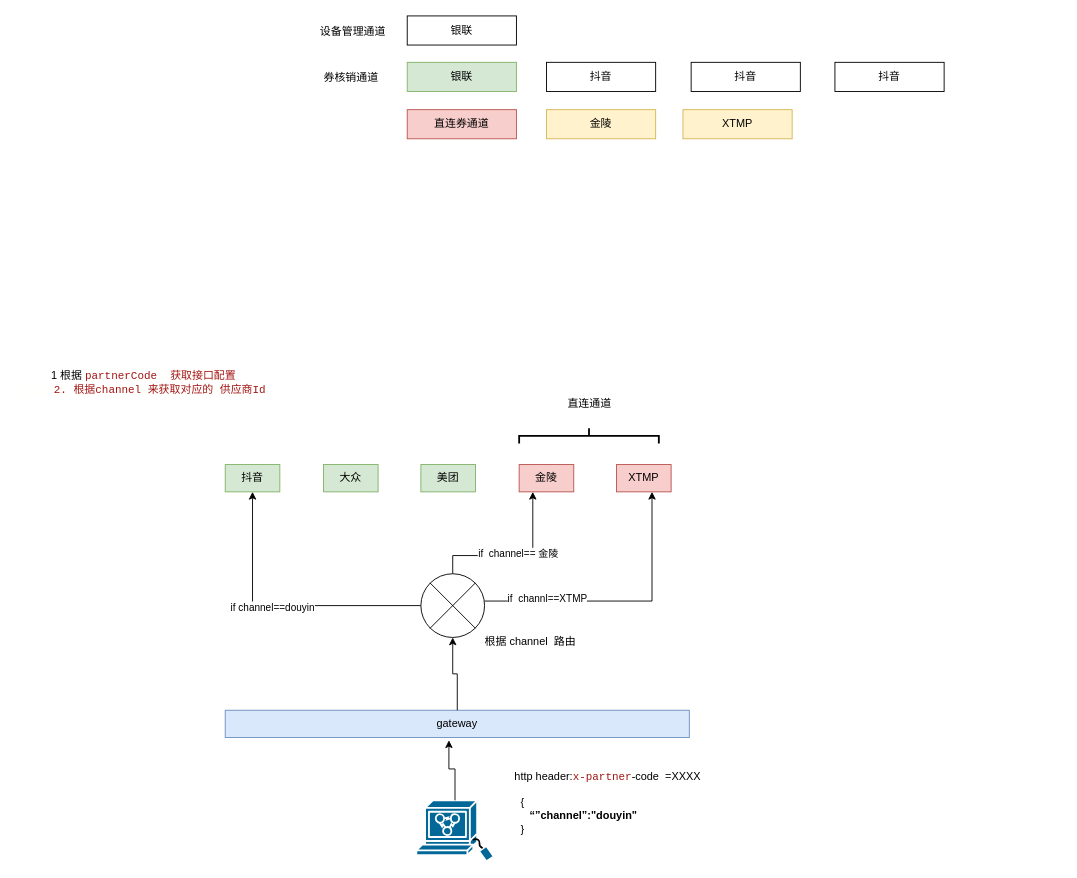
Above: 未命名绘图.drawio in devfox88/draw-house (draw.io), before the change. Source tidied: cells renumbered, new cells numbered last; positions are measured from the earlier drawing's top-left corner, leaving out a move shared by most shapes. Both pictures are drawn from the tidied source at 91%, with x=0, y=0 at pixel (15, 15).
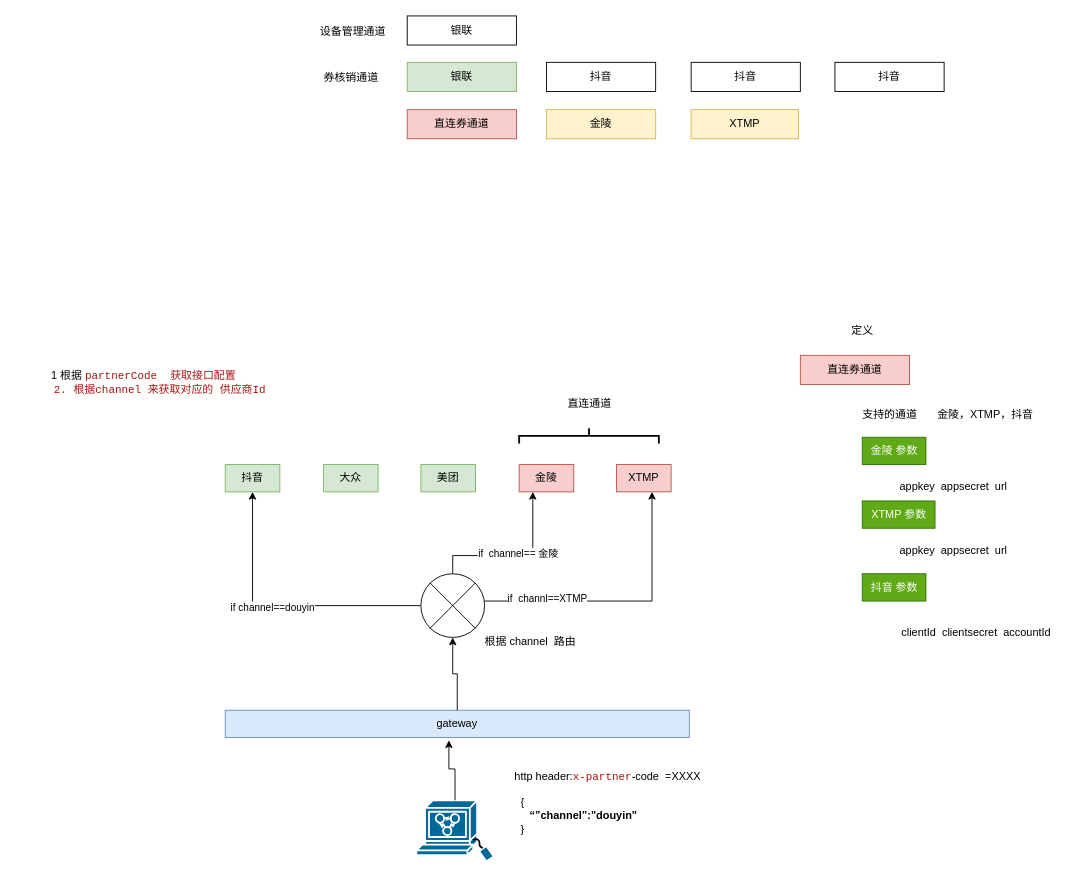
The same diagram, later.

Commit message (it also covers changes not shown here):
更新未命名绘图.drawio

Diff of the diagram source:
```diff
@@
     <mxCell id="31" value="XTMP" style="rounded=0;whiteSpace=wrap;html=1;fillColor=#fff2cc;strokeColor=#d6b656;" parent="1" vertex="1">
-      <mxGeometry x="733" y="103" width="120" height="32" as="geometry" />
+      <mxGeometry x="742" y="103" width="118" height="32" as="geometry" />
     </mxCell>
@@
+    <mxCell id="34" value="直连券通道" style="rounded=0;whiteSpace=wrap;html=1;fillColor=#f8cecc;strokeColor=#b85450;" parent="1" vertex="1">
+      <mxGeometry x="862" y="373" width="120" height="32" as="geometry" />
+    </mxCell>
+    <mxCell id="35" value="定义" style="text;html=1;align=center;verticalAlign=middle;strokeColor=none;fillColor=none;" parent="1" vertex="1">
+      <mxGeometry x="905" y="331" width="50" height="30" as="geometry" />
+    </mxCell>
+    <mxCell id="36" value="支持的通道" style="text;html=1;align=center;verticalAlign=middle;strokeColor=none;fillColor=none;" parent="1" vertex="1">
+      <mxGeometry x="920" y="423" width="80" height="30" as="geometry" />
+    </mxCell>
+    <mxCell id="37" value="金陵，XTMP，抖音" style="text;html=1;align=center;verticalAlign=middle;strokeColor=none;fillColor=none;" parent="1" vertex="1">
+      <mxGeometry x="1000" y="423" width="130" height="30" as="geometry" />
+    </mxCell>
+    <mxCell id="38" value="金陵 参数" style="text;html=1;align=center;verticalAlign=middle;strokeColor=#2D7600;fillColor=#60a917;fontColor=#ffffff;" parent="1" vertex="1">
+      <mxGeometry x="930" y="463" width="70" height="30" as="geometry" />
+    </mxCell>
+    <mxCell id="39" value="appkey&amp;nbsp; appsecret&amp;nbsp; url" style="text;html=1;align=center;verticalAlign=middle;strokeColor=none;fillColor=none;" parent="1" vertex="1">
+      <mxGeometry x="960" y="503" width="140" height="30" as="geometry" />
+    </mxCell>
+    <mxCell id="40" value="XTMP 参数" style="text;html=1;align=center;verticalAlign=middle;strokeColor=#2D7600;fillColor=#60a917;fontColor=#ffffff;" parent="1" vertex="1">
+      <mxGeometry x="930" y="533" width="80" height="30" as="geometry" />
+    </mxCell>
+    <mxCell id="41" value="appkey&amp;nbsp; appsecret&amp;nbsp; url" style="text;html=1;align=center;verticalAlign=middle;strokeColor=none;fillColor=none;" parent="1" vertex="1">
+      <mxGeometry x="960" y="573" width="140" height="30" as="geometry" />
+    </mxCell>
+    <mxCell id="42" value="抖音 参数" style="text;html=1;align=center;verticalAlign=middle;strokeColor=#2D7600;fillColor=#60a917;fontColor=#ffffff;" parent="1" vertex="1">
+      <mxGeometry x="930" y="613" width="70" height="30" as="geometry" />
+    </mxCell>
+    <mxCell id="43" value="clientId&amp;nbsp; clientsecret&amp;nbsp; accountId" style="text;html=1;align=center;verticalAlign=middle;strokeColor=none;fillColor=none;" parent="1" vertex="1">
+      <mxGeometry x="960" y="663" width="190" height="30" as="geometry" />
+    </mxCell>
```
